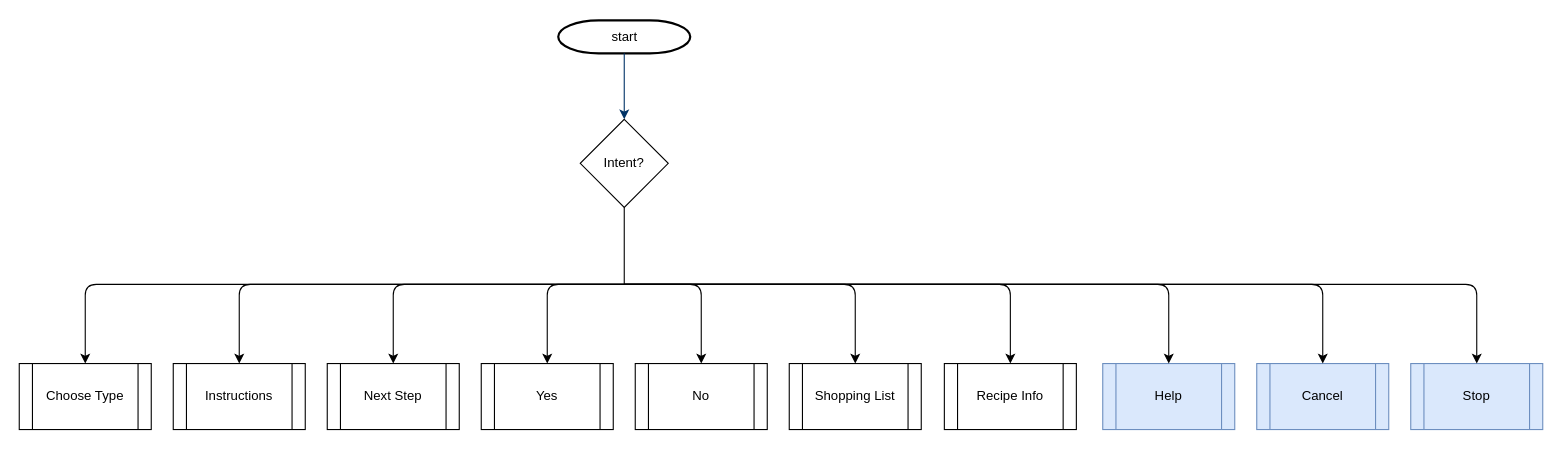
The draw.io diagram overview.drawio in mattjaenicke/flowcharts, before the edit. Source tidied: cells renumbered, new cells numbered last; positions are measured from the earlier drawing's top-left corner, leaving out a move shared by most shapes. Both pictures are drawn from the tidied source at 110%, with x=0, y=0 at pixel (19, 20).
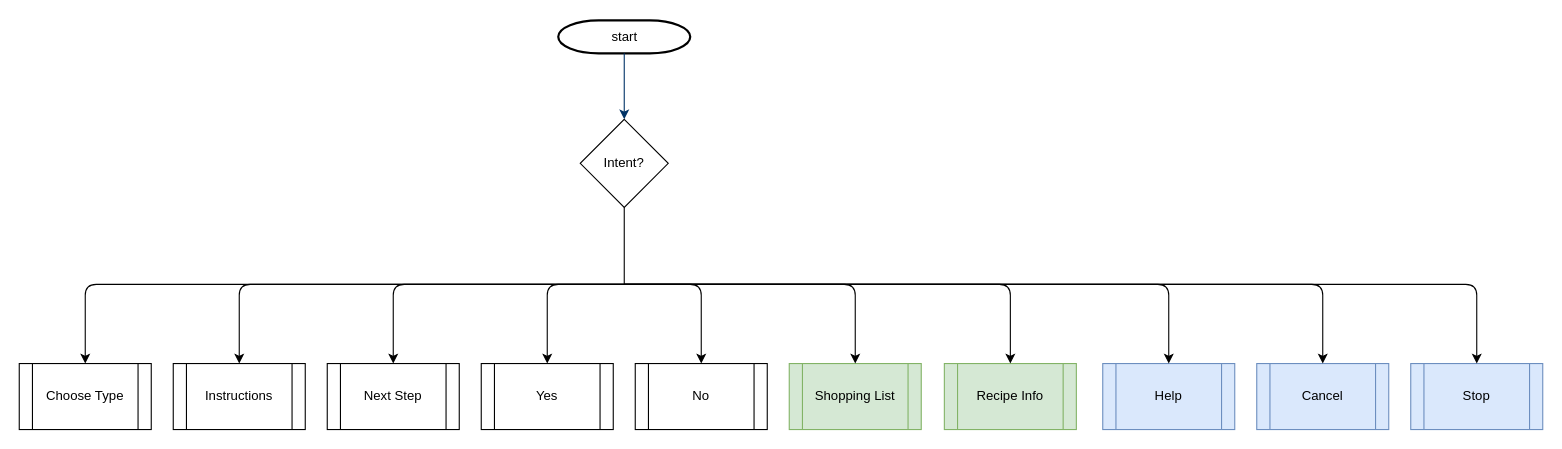
The same diagram, later.

Diff of the diagram source:
```diff
@@
-    <mxCell id="21" value="Shopping List" style="shape=process;whiteSpace=wrap;html=1;backgroundOutline=1;" parent="1" vertex="1">
+    <mxCell id="21" value="Shopping List" style="shape=process;whiteSpace=wrap;html=1;backgroundOutline=1;fillColor=#d5e8d4;strokeColor=#82b366;" parent="1" vertex="1">
       <mxGeometry x="700" y="312" width="120" height="60" as="geometry" />
     </mxCell>
-    <mxCell id="22" value="Recipe Info" style="shape=process;whiteSpace=wrap;html=1;backgroundOutline=1;" parent="1" vertex="1">
+    <mxCell id="22" value="Recipe Info" style="shape=process;whiteSpace=wrap;html=1;backgroundOutline=1;fillColor=#d5e8d4;strokeColor=#82b366;" parent="1" vertex="1">
       <mxGeometry x="841" y="312" width="120" height="60" as="geometry" />
     </mxCell>
```
